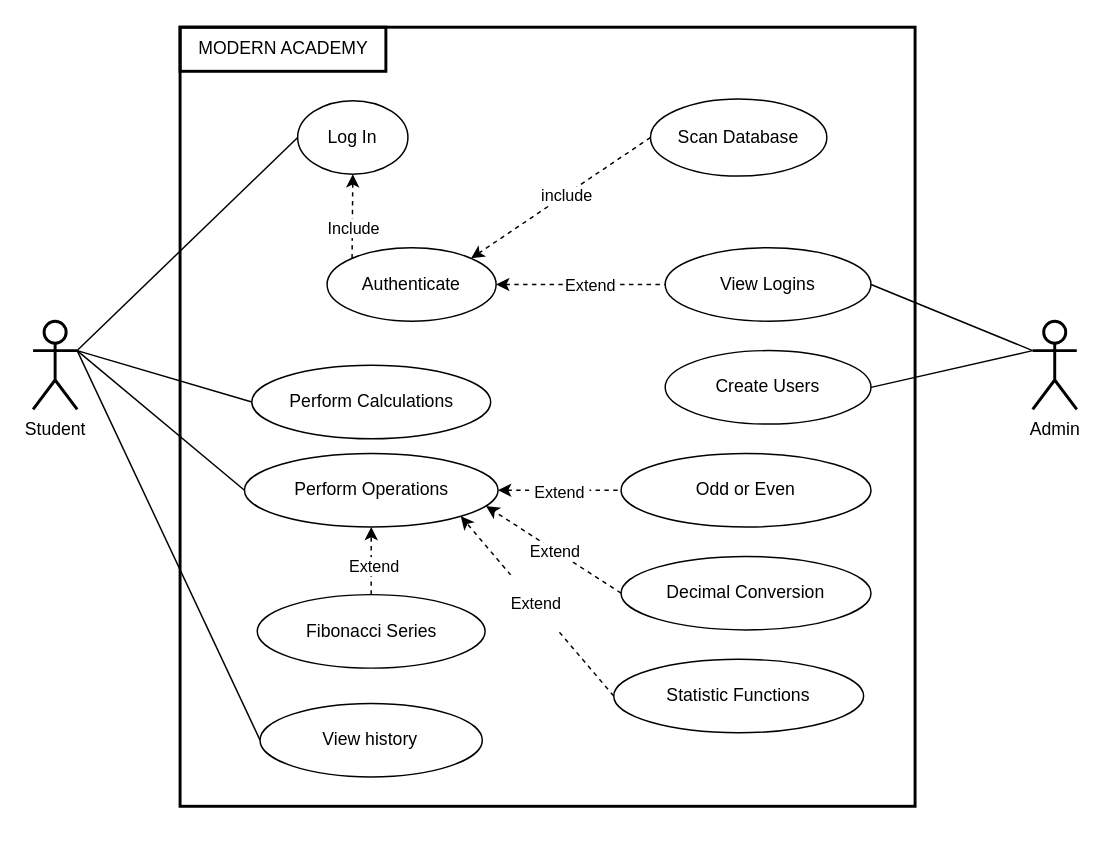
The draw.io diagram UMLUseCase.drawio in abobymotaki/uncharted, before the edit. Source tidied: cells renumbered, new cells numbered last; positions are measured from the earlier drawing's top-left corner, leaving out a move shared by most shapes. Both pictures are drawn from the tidied source at 147%, with x=0, y=0 at pixel (32, 26).
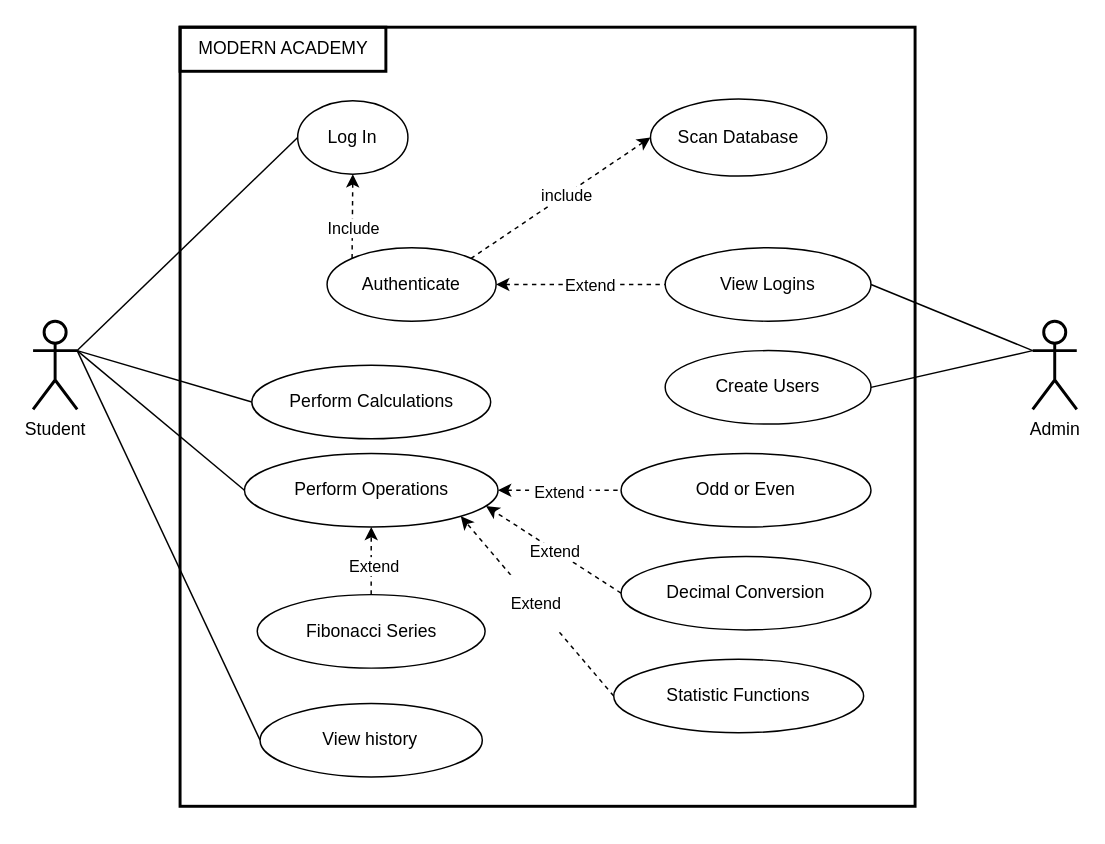
The same page after the edit.

The change refers to these unchanged cells:
```xml
<mxCell id="16" value="Authenticate" style="ellipse;whiteSpace=wrap;html=1;" parent="1" vertex="1">
  <mxGeometry x="200" y="150" width="115" height="50" as="geometry" />
</mxCell>
<mxCell id="23" value="Scan Database" style="ellipse;whiteSpace=wrap;html=1;" parent="1" vertex="1">
  <mxGeometry x="420" y="48.8" width="120" height="52.5" as="geometry" />
</mxCell>
```

The edit, as a diff of the source:
```diff
@@
-    <mxCell id="21" style="rounded=0;jettySize=auto;html=1;exitX=0;exitY=0.5;exitDx=0;exitDy=0;entryX=1;entryY=0;entryDx=0;entryDy=0;dashed=1;" parent="1" edge="1" source="23" target="16">
+    <mxCell id="21" style="rounded=0;jettySize=auto;html=1;exitX=0;exitY=0.5;exitDx=0;exitDy=0;entryX=1;entryY=0;entryDx=0;entryDy=0;dashed=1;startArrow=classic;startFill=1;endArrow=none;endFill=0;" parent="1" edge="1" source="23" target="16">
       <mxGeometry relative="1" as="geometry" />
     </mxCell>
```
